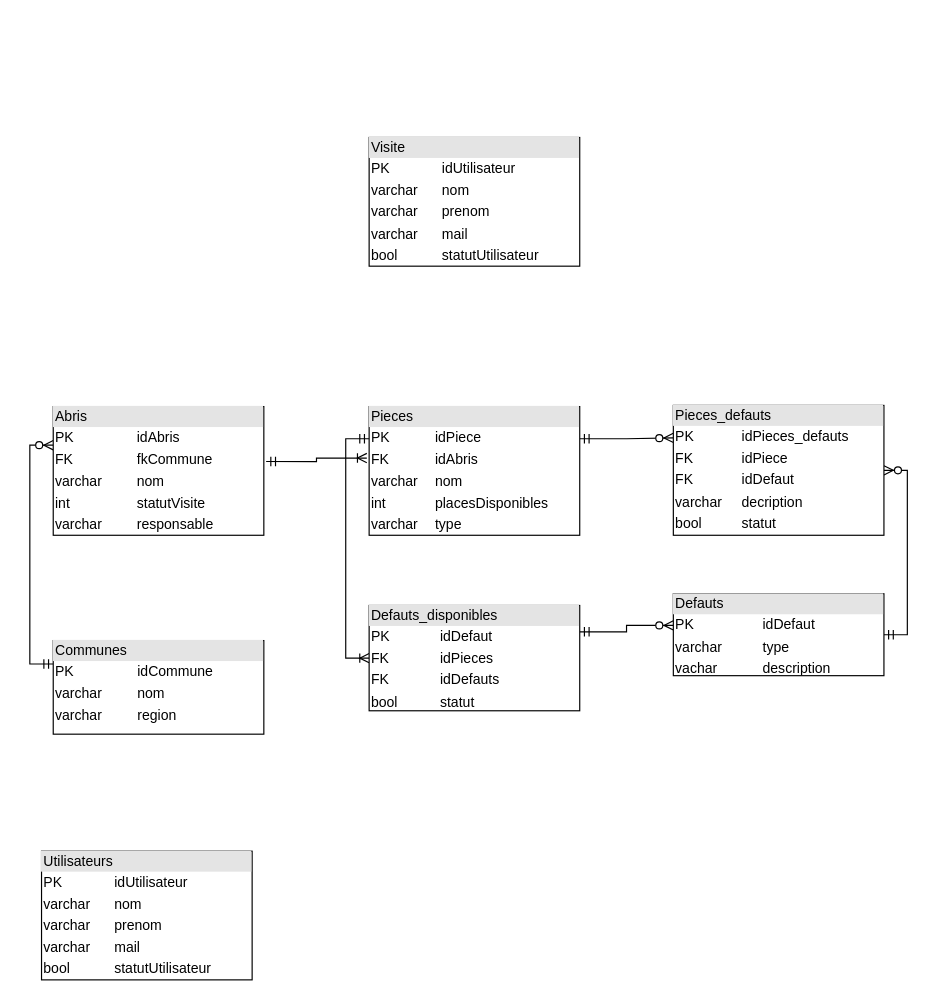
Pedroletti-Michael/PreTPI keeps this draw.io diagram as annexes/annexe production/mldV5.drawio. Above is the earlier version. Source tidied: cells renumbered, new cells numbered last; positions are measured from the earlier drawing's top-left corner, leaving out a move shared by most shapes. Both pictures are drawn from the tidied source at 117%, with x=0, y=0 at pixel (41, 137).
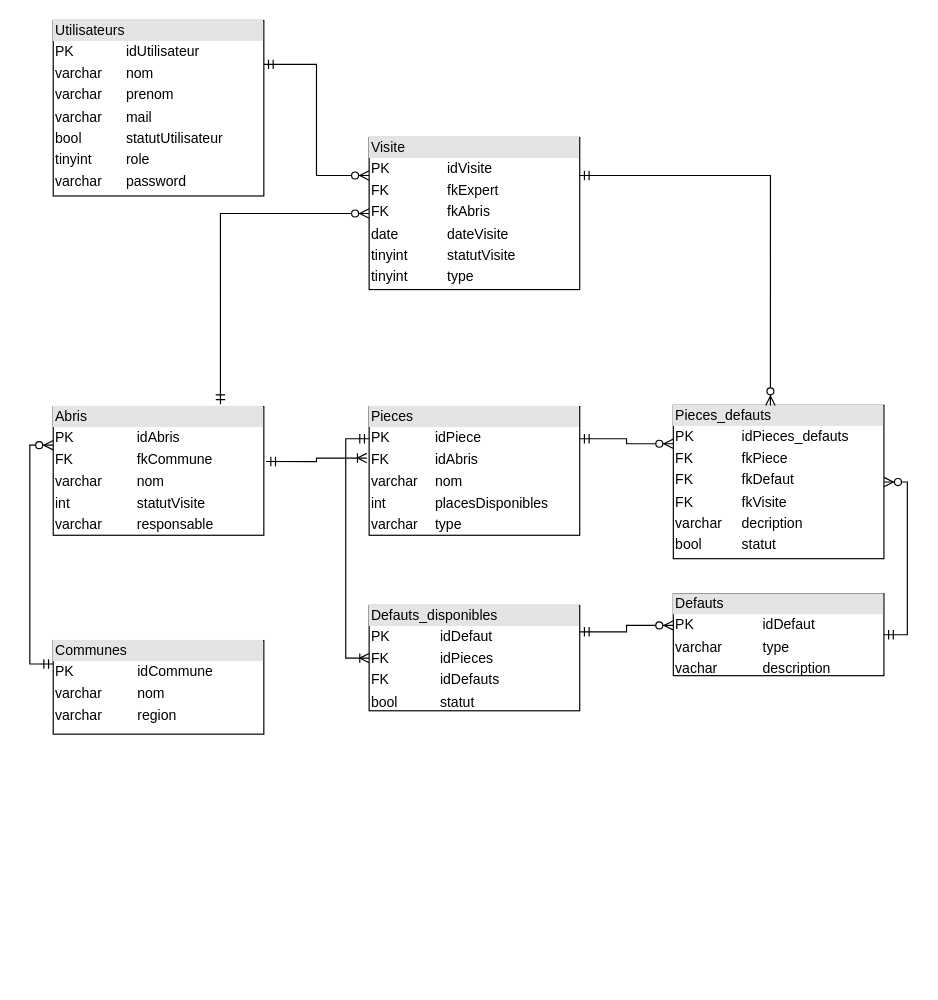
Above is the later version.

Change to the diagram source:
```diff
@@
 <mxGraphModel>
   <root>
     <mxCell id="0" />
     <mxCell id="1" parent="0" />
     <mxCell id="2" style="edgeStyle=orthogonalEdgeStyle;rounded=0;jettySize=auto;html=1;exitX=0;exitY=0.3;exitDx=0;exitDy=0;entryX=0;entryY=0.25;entryDx=0;entryDy=0;endArrow=ERmandOne;endFill=0;startArrow=ERzeroToMany;startFill=1;exitPerimeter=0;" parent="1" edge="1" source="4" target="5">
       <mxGeometry relative="1" as="geometry" />
     </mxCell>
     <mxCell id="3" style="edgeStyle=orthogonalEdgeStyle;rounded=0;jettySize=auto;html=1;exitX=1.011;exitY=0.427;exitDx=0;exitDy=0;entryX=-0.011;entryY=0.4;entryDx=0;entryDy=0;entryPerimeter=0;exitPerimeter=0;endArrow=ERoneToMany;endFill=0;startArrow=ERmandOne;startFill=0;" parent="1" edge="1" source="4" target="8">
       <mxGeometry relative="1" as="geometry" />
     </mxCell>
     <mxCell id="4" value="&lt;div style=&quot;box-sizing: border-box ; width: 100% ; background: #e4e4e4 ; padding: 2px&quot;&gt;Abris&lt;/div&gt;&lt;table style=&quot;width: 100% ; font-size: 1em&quot; cellpadding=&quot;2&quot; cellspacing=&quot;0&quot;&gt;&lt;tbody&gt;&lt;tr&gt;&lt;td&gt;PK&lt;/td&gt;&lt;td&gt;idAbris&lt;/td&gt;&lt;/tr&gt;&lt;tr&gt;&lt;td&gt;FK&lt;/td&gt;&lt;td&gt;fkCommune&lt;br&gt;&lt;/td&gt;&lt;/tr&gt;&lt;tr&gt;&lt;td&gt;varchar&lt;/td&gt;&lt;td&gt;nom&lt;br&gt;&lt;/td&gt;&lt;/tr&gt;&lt;tr&gt;&lt;td&gt;int&lt;/td&gt;&lt;td&gt;statutVisite&lt;/td&gt;&lt;/tr&gt;&lt;tr&gt;&lt;td&gt;varchar&lt;/td&gt;&lt;td&gt;responsable&lt;/td&gt;&lt;/tr&gt;&lt;/tbody&gt;&lt;/table&gt;" style="verticalAlign=top;align=left;overflow=fill;html=1;" parent="1" vertex="1">
       <mxGeometry x="10" y="230" width="180" height="110" as="geometry" />
     </mxCell>
     <mxCell id="5" value="&lt;div style=&quot;box-sizing: border-box ; width: 100% ; background: #e4e4e4 ; padding: 2px&quot;&gt;Communes&lt;/div&gt;&lt;table style=&quot;width: 100% ; font-size: 1em&quot; cellpadding=&quot;2&quot; cellspacing=&quot;0&quot;&gt;&lt;tbody&gt;&lt;tr&gt;&lt;td&gt;PK&lt;/td&gt;&lt;td&gt;idCommune&lt;/td&gt;&lt;/tr&gt;&lt;tr&gt;&lt;td&gt;varchar&lt;/td&gt;&lt;td&gt;nom&lt;/td&gt;&lt;/tr&gt;&lt;tr&gt;&lt;td&gt;varchar&lt;/td&gt;&lt;td&gt;region&lt;/td&gt;&lt;/tr&gt;&lt;/tbody&gt;&lt;/table&gt;" style="verticalAlign=top;align=left;overflow=fill;html=1;" parent="1" vertex="1">
       <mxGeometry x="10" y="430" width="180" height="80" as="geometry" />
     </mxCell>
     <mxCell id="6" style="edgeStyle=orthogonalEdgeStyle;rounded=0;jettySize=auto;html=1;exitX=0;exitY=0.25;exitDx=0;exitDy=0;entryX=0;entryY=0.5;entryDx=0;entryDy=0;startArrow=ERmandOne;startFill=0;endArrow=ERoneToMany;endFill=0;" parent="1" edge="1" source="8" target="14">
       <mxGeometry relative="1" as="geometry" />
     </mxCell>
     <mxCell id="7" style="edgeStyle=orthogonalEdgeStyle;rounded=0;jettySize=auto;html=1;exitX=1;exitY=0.25;exitDx=0;exitDy=0;entryX=0;entryY=0.25;entryDx=0;entryDy=0;startArrow=ERmandOne;startFill=0;endArrow=ERzeroToMany;endFill=1;" parent="1" edge="1" source="8" target="12">
       <mxGeometry relative="1" as="geometry" />
     </mxCell>
     <mxCell id="8" value="&lt;div style=&quot;box-sizing: border-box ; width: 100% ; background: #e4e4e4 ; padding: 2px&quot;&gt;Pieces&lt;/div&gt;&lt;table style=&quot;width: 100% ; font-size: 1em&quot; cellpadding=&quot;2&quot; cellspacing=&quot;0&quot;&gt;&lt;tbody&gt;&lt;tr&gt;&lt;td&gt;PK&lt;/td&gt;&lt;td&gt;idPiece&lt;/td&gt;&lt;/tr&gt;&lt;tr&gt;&lt;td&gt;FK&lt;/td&gt;&lt;td&gt;idAbris&lt;/td&gt;&lt;/tr&gt;&lt;tr&gt;&lt;td&gt;varchar&lt;/td&gt;&lt;td&gt;nom&lt;/td&gt;&lt;/tr&gt;&lt;tr&gt;&lt;td&gt;int&lt;/td&gt;&lt;td&gt;placesDisponibles&lt;/td&gt;&lt;/tr&gt;&lt;tr&gt;&lt;td&gt;varchar&lt;/td&gt;&lt;td&gt;type&lt;/td&gt;&lt;/tr&gt;&lt;/tbody&gt;&lt;/table&gt;" style="verticalAlign=top;align=left;overflow=fill;html=1;" parent="1" vertex="1">
       <mxGeometry x="280" y="230" width="180" height="110" as="geometry" />
     </mxCell>
     <mxCell id="9" style="edgeStyle=orthogonalEdgeStyle;rounded=0;jettySize=auto;html=1;exitX=1;exitY=0.5;exitDx=0;exitDy=0;entryX=1;entryY=0.5;entryDx=0;entryDy=0;startArrow=ERmandOne;startFill=0;endArrow=ERzeroToMany;endFill=1;" parent="1" edge="1" source="10" target="12">
       <mxGeometry relative="1" as="geometry" />
     </mxCell>
     <mxCell id="10" value="&lt;div style=&quot;box-sizing: border-box ; width: 100% ; background: #e4e4e4 ; padding: 2px&quot;&gt;Defauts&lt;/div&gt;&lt;table style=&quot;width: 100% ; font-size: 1em&quot; cellpadding=&quot;2&quot; cellspacing=&quot;0&quot;&gt;&lt;tbody&gt;&lt;tr&gt;&lt;td&gt;PK&lt;/td&gt;&lt;td&gt;idDefaut&lt;/td&gt;&lt;/tr&gt;&lt;tr&gt;&lt;td&gt;varchar&lt;/td&gt;&lt;td&gt;type&lt;/td&gt;&lt;/tr&gt;&lt;tr&gt;&lt;td&gt;vachar&lt;/td&gt;&lt;td&gt;description&lt;/td&gt;&lt;/tr&gt;&lt;/tbody&gt;&lt;/table&gt;" style="verticalAlign=top;align=left;overflow=fill;html=1;" parent="1" vertex="1">
       <mxGeometry x="540" y="390" width="180" height="70" as="geometry" />
     </mxCell>
-    <mxCell id="11" value="&lt;div style=&quot;box-sizing: border-box ; width: 100% ; background: #e4e4e4 ; padding: 2px&quot;&gt;Utilisateurs&lt;/div&gt;&lt;table style=&quot;width: 100% ; font-size: 1em&quot; cellpadding=&quot;2&quot; cellspacing=&quot;0&quot;&gt;&lt;tbody&gt;&lt;tr&gt;&lt;td&gt;PK&lt;/td&gt;&lt;td&gt;idUtilisateur&lt;/td&gt;&lt;/tr&gt;&lt;tr&gt;&lt;td&gt;varchar&lt;/td&gt;&lt;td&gt;nom&lt;/td&gt;&lt;/tr&gt;&lt;tr&gt;&lt;td&gt;varchar&lt;/td&gt;&lt;td&gt;prenom&lt;/td&gt;&lt;/tr&gt;&lt;tr&gt;&lt;td&gt;varchar&lt;/td&gt;&lt;td&gt;mail&lt;/td&gt;&lt;/tr&gt;&lt;tr&gt;&lt;td&gt;bool&lt;/td&gt;&lt;td&gt;statutUtilisateur&lt;/td&gt;&lt;/tr&gt;&lt;/tbody&gt;&lt;/table&gt;" style="verticalAlign=top;align=left;overflow=fill;html=1;" parent="1" vertex="1">
-      <mxGeometry y="610" width="180" height="110" as="geometry" />
+    <mxCell id="11" value="&lt;div style=&quot;box-sizing: border-box ; width: 100% ; background: #e4e4e4 ; padding: 2px&quot;&gt;Utilisateurs&lt;/div&gt;&lt;table style=&quot;width: 100% ; font-size: 1em&quot; cellpadding=&quot;2&quot; cellspacing=&quot;0&quot;&gt;&lt;tbody&gt;&lt;tr&gt;&lt;td&gt;PK&lt;/td&gt;&lt;td&gt;idUtilisateur&lt;/td&gt;&lt;/tr&gt;&lt;tr&gt;&lt;td&gt;varchar&lt;/td&gt;&lt;td&gt;nom&lt;/td&gt;&lt;/tr&gt;&lt;tr&gt;&lt;td&gt;varchar&lt;/td&gt;&lt;td&gt;prenom&lt;/td&gt;&lt;/tr&gt;&lt;tr&gt;&lt;td&gt;varchar&lt;/td&gt;&lt;td&gt;mail&lt;/td&gt;&lt;/tr&gt;&lt;tr&gt;&lt;td&gt;bool&lt;/td&gt;&lt;td&gt;statutUtilisateur&lt;/td&gt;&lt;/tr&gt;&lt;tr&gt;&lt;td&gt;tinyint&lt;/td&gt;&lt;td&gt;role&lt;/td&gt;&lt;/tr&gt;&lt;tr&gt;&lt;td&gt;varchar&lt;/td&gt;&lt;td&gt;password&lt;/td&gt;&lt;/tr&gt;&lt;/tbody&gt;&lt;/table&gt;" style="verticalAlign=top;align=left;overflow=fill;html=1;" parent="1" vertex="1">
+      <mxGeometry x="10" y="-100" width="180" height="150" as="geometry" />
     </mxCell>
-    <mxCell id="12" value="&lt;div style=&quot;box-sizing: border-box ; width: 100% ; background: #e4e4e4 ; padding: 2px&quot;&gt;Pieces_defauts&lt;/div&gt;&lt;table style=&quot;width: 100% ; font-size: 1em&quot; cellpadding=&quot;2&quot; cellspacing=&quot;0&quot;&gt;&lt;tbody&gt;&lt;tr&gt;&lt;td&gt;PK&lt;/td&gt;&lt;td&gt;idPieces_defauts&lt;/td&gt;&lt;/tr&gt;&lt;tr&gt;&lt;td&gt;FK&lt;/td&gt;&lt;td&gt;idPiece&lt;/td&gt;&lt;/tr&gt;&lt;tr&gt;&lt;td&gt;FK&lt;/td&gt;&lt;td&gt;idDefaut&lt;/td&gt;&lt;/tr&gt;&lt;tr&gt;&lt;td&gt;varchar&lt;/td&gt;&lt;td&gt;decription&lt;/td&gt;&lt;/tr&gt;&lt;tr&gt;&lt;td&gt;bool&lt;/td&gt;&lt;td&gt;statut&lt;/td&gt;&lt;/tr&gt;&lt;/tbody&gt;&lt;/table&gt;" style="verticalAlign=top;align=left;overflow=fill;html=1;" parent="1" vertex="1">
-      <mxGeometry x="540" y="229" width="180" height="111" as="geometry" />
+    <mxCell id="12" value="&lt;div style=&quot;box-sizing: border-box ; width: 100% ; background: #e4e4e4 ; padding: 2px&quot;&gt;Pieces_defauts&lt;/div&gt;&lt;table style=&quot;width: 100% ; font-size: 1em&quot; cellpadding=&quot;2&quot; cellspacing=&quot;0&quot;&gt;&lt;tbody&gt;&lt;tr&gt;&lt;td&gt;PK&lt;/td&gt;&lt;td&gt;idPieces_defauts&lt;/td&gt;&lt;/tr&gt;&lt;tr&gt;&lt;td&gt;FK&lt;/td&gt;&lt;td&gt;fkPiece&lt;/td&gt;&lt;/tr&gt;&lt;tr&gt;&lt;td&gt;FK&lt;/td&gt;&lt;td&gt;fkDefaut&lt;/td&gt;&lt;/tr&gt;&lt;tr&gt;&lt;td&gt;FK&lt;/td&gt;&lt;td&gt;fkVisite&lt;/td&gt;&lt;/tr&gt;&lt;tr&gt;&lt;td&gt;varchar&lt;/td&gt;&lt;td&gt;decription&lt;/td&gt;&lt;/tr&gt;&lt;tr&gt;&lt;td&gt;bool&lt;/td&gt;&lt;td&gt;statut&lt;/td&gt;&lt;/tr&gt;&lt;/tbody&gt;&lt;/table&gt;" style="verticalAlign=top;align=left;overflow=fill;html=1;" parent="1" vertex="1">
+      <mxGeometry x="540" y="229" width="180" height="131" as="geometry" />
     </mxCell>
     <mxCell id="13" style="edgeStyle=orthogonalEdgeStyle;rounded=0;jettySize=auto;html=1;exitX=1;exitY=0.25;exitDx=0;exitDy=0;entryX=0;entryY=0.386;entryDx=0;entryDy=0;entryPerimeter=0;startArrow=ERmandOne;startFill=0;endArrow=ERzeroToMany;endFill=1;" parent="1" edge="1" source="14" target="10">
       <mxGeometry relative="1" as="geometry" />
     </mxCell>
     <mxCell id="14" value="&lt;div style=&quot;box-sizing: border-box ; width: 100% ; background: #e4e4e4 ; padding: 2px&quot;&gt;Defauts_disponibles&lt;/div&gt;&lt;table style=&quot;width: 100% ; font-size: 1em&quot; cellpadding=&quot;2&quot; cellspacing=&quot;0&quot;&gt;&lt;tbody&gt;&lt;tr&gt;&lt;td&gt;PK&lt;/td&gt;&lt;td&gt;idDefaut&lt;/td&gt;&lt;/tr&gt;&lt;tr&gt;&lt;td&gt;FK&lt;/td&gt;&lt;td&gt;idPieces&lt;/td&gt;&lt;/tr&gt;&lt;tr&gt;&lt;td&gt;FK&lt;/td&gt;&lt;td&gt;idDefauts&lt;/td&gt;&lt;/tr&gt;&lt;tr&gt;&lt;td&gt;bool&lt;/td&gt;&lt;td&gt;statut&lt;/td&gt;&lt;/tr&gt;&lt;/tbody&gt;&lt;/table&gt;" style="verticalAlign=top;align=left;overflow=fill;html=1;" parent="1" vertex="1">
       <mxGeometry x="280" y="400" width="180" height="90" as="geometry" />
     </mxCell>
+    <mxCell id="16" style="edgeStyle=orthogonalEdgeStyle;rounded=0;jettySize=auto;html=1;exitX=1;exitY=0.25;exitDx=0;exitDy=0;entryX=0.461;entryY=0;entryDx=0;entryDy=0;entryPerimeter=0;endArrow=ERzeroToMany;endFill=1;startArrow=ERmandOne;startFill=0;" parent="1" edge="1" source="15" target="12">
+      <mxGeometry relative="1" as="geometry" />
+    </mxCell>
+    <mxCell id="17" style="edgeStyle=orthogonalEdgeStyle;rounded=0;jettySize=auto;html=1;exitX=0;exitY=0.5;exitDx=0;exitDy=0;entryX=0.794;entryY=-0.018;entryDx=0;entryDy=0;entryPerimeter=0;startArrow=ERzeroToMany;startFill=1;endArrow=ERmandOne;endFill=0;" parent="1" edge="1" source="15" target="4">
+      <mxGeometry relative="1" as="geometry" />
+    </mxCell>
+    <mxCell id="18" style="edgeStyle=orthogonalEdgeStyle;rounded=0;jettySize=auto;html=1;exitX=0;exitY=0.25;exitDx=0;exitDy=0;startArrow=ERzeroToMany;startFill=1;endArrow=ERmandOne;endFill=0;entryX=1;entryY=0.25;entryDx=0;entryDy=0;" parent="1" edge="1" source="15" target="11">
+      <mxGeometry relative="1" as="geometry" />
+    </mxCell>
-    <mxCell id="15" value="&lt;div style=&quot;box-sizing: border-box ; width: 100% ; background: #e4e4e4 ; padding: 2px&quot;&gt;Visite&lt;/div&gt;&lt;table style=&quot;width: 100% ; font-size: 1em&quot; cellpadding=&quot;2&quot; cellspacing=&quot;0&quot;&gt;&lt;tbody&gt;&lt;tr&gt;&lt;td&gt;PK&lt;/td&gt;&lt;td&gt;idUtilisateur&lt;/td&gt;&lt;/tr&gt;&lt;tr&gt;&lt;td&gt;varchar&lt;/td&gt;&lt;td&gt;nom&lt;/td&gt;&lt;/tr&gt;&lt;tr&gt;&lt;td&gt;varchar&lt;/td&gt;&lt;td&gt;prenom&lt;/td&gt;&lt;/tr&gt;&lt;tr&gt;&lt;td&gt;varchar&lt;/td&gt;&lt;td&gt;mail&lt;/td&gt;&lt;/tr&gt;&lt;tr&gt;&lt;td&gt;bool&lt;/td&gt;&lt;td&gt;statutUtilisateur&lt;/td&gt;&lt;/tr&gt;&lt;/tbody&gt;&lt;/table&gt;" style="verticalAlign=top;align=left;overflow=fill;html=1;" parent="1" vertex="1">
-      <mxGeometry x="280" width="180" height="110" as="geometry" />
+    <mxCell id="15" value="&lt;div style=&quot;box-sizing: border-box ; width: 100% ; background: #e4e4e4 ; padding: 2px&quot;&gt;Visite&lt;/div&gt;&lt;table style=&quot;width: 100% ; font-size: 1em&quot; cellpadding=&quot;2&quot; cellspacing=&quot;0&quot;&gt;&lt;tbody&gt;&lt;tr&gt;&lt;td&gt;PK&lt;/td&gt;&lt;td&gt;idVisite&lt;br&gt;&lt;/td&gt;&lt;/tr&gt;&lt;tr&gt;&lt;td&gt;FK&lt;/td&gt;&lt;td&gt;fkExpert&lt;/td&gt;&lt;/tr&gt;&lt;tr&gt;&lt;td&gt;FK&lt;/td&gt;&lt;td&gt;fkAbris&lt;/td&gt;&lt;/tr&gt;&lt;tr&gt;&lt;td&gt;date&lt;/td&gt;&lt;td&gt;dateVisite&lt;/td&gt;&lt;/tr&gt;&lt;tr&gt;&lt;td&gt;tinyint&lt;/td&gt;&lt;td&gt;statutVisite&lt;/td&gt;&lt;/tr&gt;&lt;tr&gt;&lt;td&gt;tinyint&lt;/td&gt;&lt;td&gt;type&lt;/td&gt;&lt;/tr&gt;&lt;/tbody&gt;&lt;/table&gt;" style="verticalAlign=top;align=left;overflow=fill;html=1;" parent="1" vertex="1">
+      <mxGeometry x="280" width="180" height="130" as="geometry" />
     </mxCell>
   </root>
 </mxGraphModel>
```
